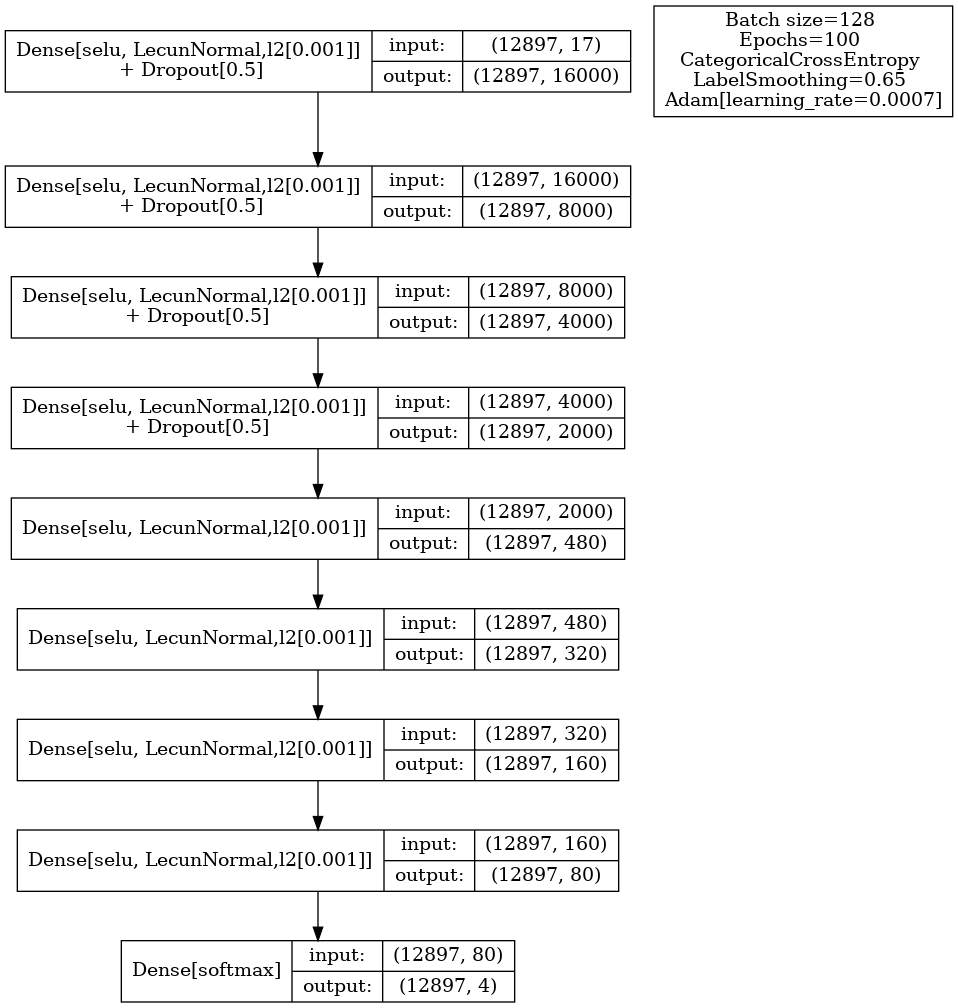
Above: estructuras/bias3_6.dot.png in johacks/RedesNeuronales (Graphviz), before the change. Its source is kept beside it as estructuras/bias3_6.dot. Its diagram source:
```dot
digraph bias3_6 {
    rankdir=TB;
    node [shape=record];

    capa1 [label="Dense[selu, LecunNormal,l2[0.001]]\n + Dropout[0.5]|{input:|output:}|{{(12897, 17)}|{(12897, 16000)}}"];

    capa2 [label="Dense[selu, LecunNormal,l2[0.001]]\n + Dropout[0.5]|{input:|output:}|{{(12897, 16000)}|{(12897, 8000)}}"];

    capa3 [label="Dense[selu, LecunNormal,l2[0.001]]\n + Dropout[0.5]|{input:|output:}|{{(12897, 8000)}|{(12897, 4000)}}"];

    capa4 [label="Dense[selu, LecunNormal,l2[0.001]]\n + Dropout[0.5]|{input:|output:}|{{(12897, 4000)}|{(12897, 2000)}}"];

    capa5 [label="Dense[selu, LecunNormal,l2[0.001]]|{input:|output:}|{{(12897, 2000)}|{(12897, 480)}}"];

    capa6 [label="Dense[selu, LecunNormal,l2[0.001]]|{input:|output:}|{{(12897, 480)}|{(12897, 320)}}"];

    capa7 [label="Dense[selu, LecunNormal,l2[0.001]]|{input:|output:}|{{(12897, 320)}|{(12897, 160)}}"];

    capa8 [label="Dense[selu, LecunNormal,l2[0.001]]|{input:|output:}|{{(12897, 160)}|{(12897, 80)}}"];

    capa9 [label="Dense[softmax]\n|{input:|output:}|{{(12897, 80)}|{(12897, 4)}}"];

    entrenamiento [label="Batch size=128 \nEpochs=100 \nCategoricalCrossEntropy \nLabelSmoothing=0.65 \nAdam[learning_rate=0.0007]"]

    capa1 -> capa2;
    capa2 -> capa3;
    capa3 -> capa4;
    capa4 -> capa5;
    capa5 -> capa6;
    capa6 -> capa7;
    capa7 -> capa8;
    capa8 -> capa9;
}
```
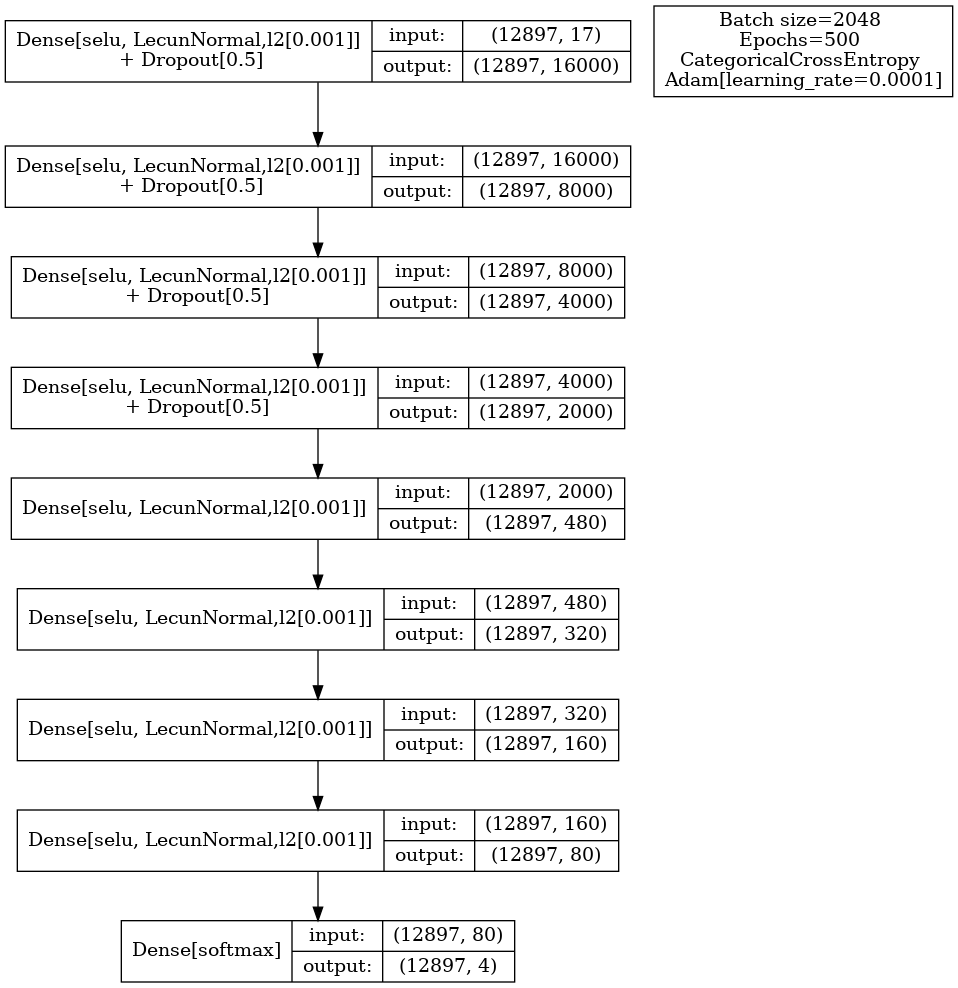
The same file after the commit.

Diff of the diagram source:
```diff
@@ -20,7 +20,8 @@
 
     capa9 [label="Dense[softmax]\n|{input:|output:}|{{(12897, 80)}|{(12897, 4)}}"];
 
-    entrenamiento [label="Batch size=128 \nEpochs=100 \nCategoricalCrossEntropy \nLabelSmoothing=0.65 \nAdam[learning_rate=0.0007]"]
+    entrenamiento [
+        label="Batch size=2048 \nEpochs=500 \nCategoricalCrossEntropy \nAdam[learning_rate=0.0001]"]
 
     capa1 -> capa2;
     capa2 -> capa3;
```
